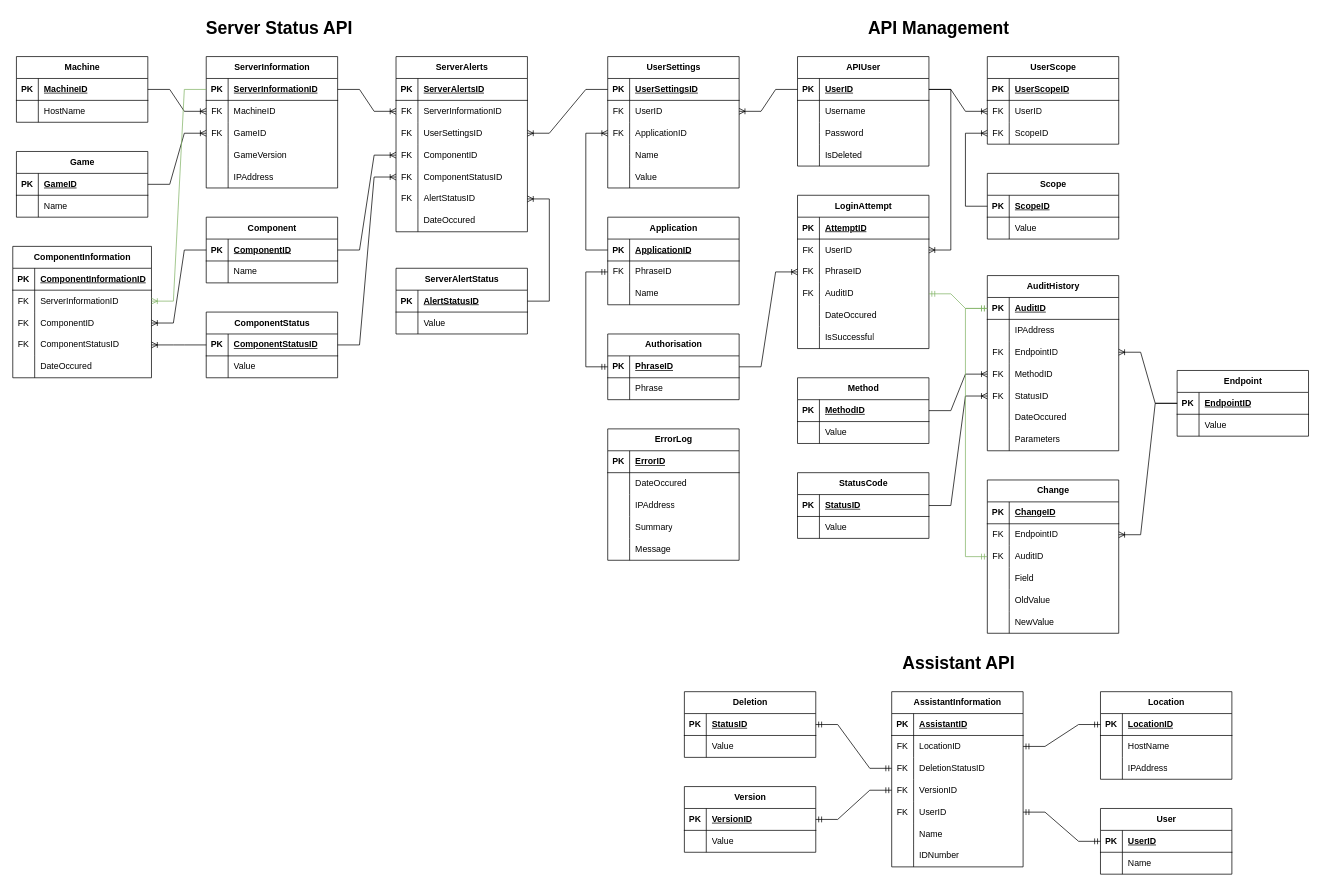
Earlier version of the draw.io diagram Database ERD.drawio (LegendarySpork9/Hunter-Industries-API). Source tidied: cells renumbered, new cells numbered last; positions are measured from the earlier drawing's top-left corner, leaving out a move shared by most shapes. Both pictures are drawn from the tidied source at 73%, with x=0, y=0 at pixel (12, 12).
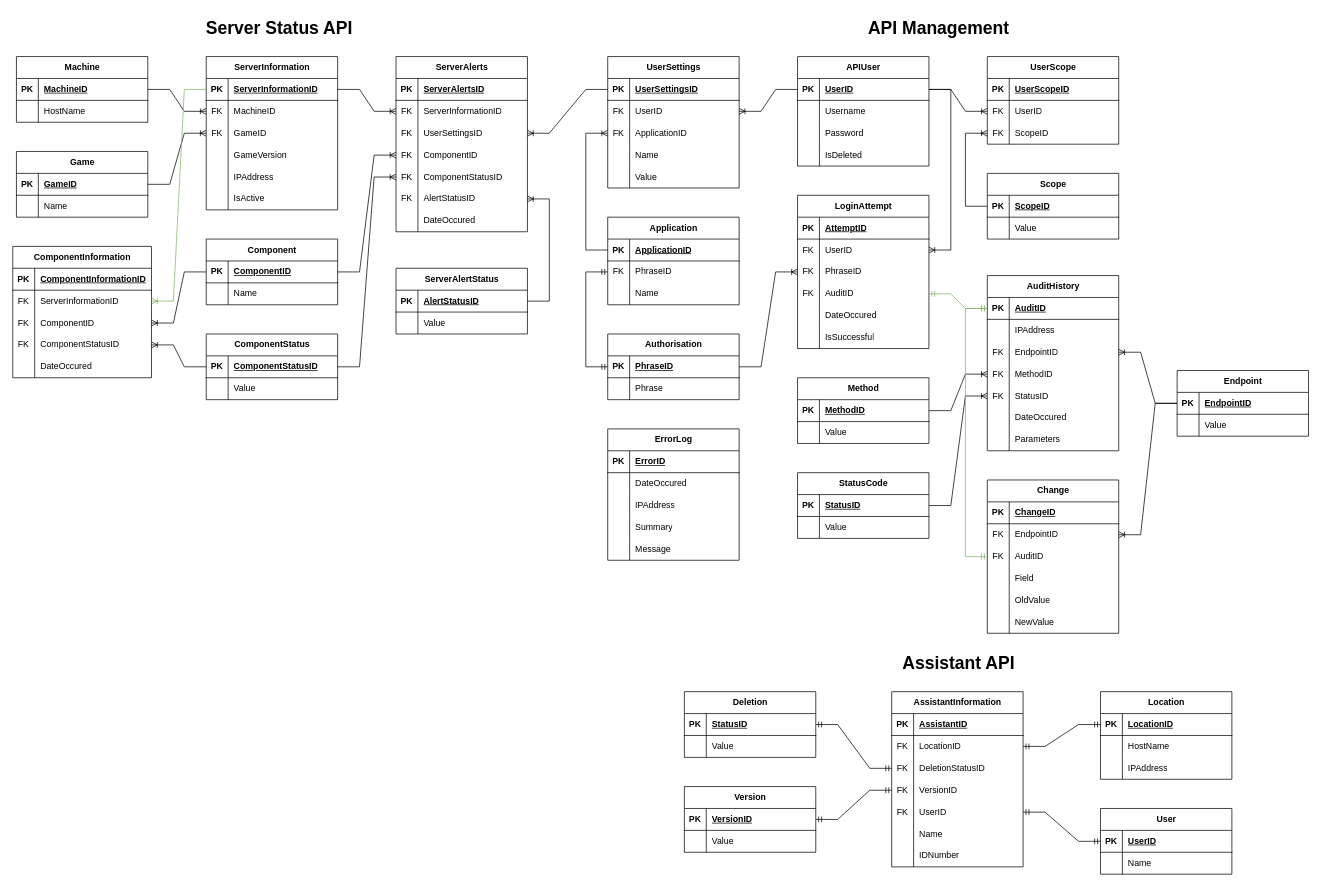
The same page after the edit.

Change to the diagram source:
```diff
@@
     <mxCell id="232" value="ServerInformation" style="shape=table;startSize=30;childLayout=tableLayout;rowLines=0;fontStyle=1;align=center;html=1;" parent="1" vertex="1">
-      <mxGeometry x="265" y="60" width="180" height="180" as="geometry" />
+      <mxGeometry x="265" y="60" width="180" height="210" as="geometry" />
     </mxCell>
@@
+    <mxCell id="334" style="shape=tableRow;horizontal=0;startSize=0;swimlaneHead=0;swimlaneBody=0;fillColor=none;top=0;left=0;right=0;bottom=0;" parent="232" vertex="1">
+      <mxGeometry y="180" width="180" height="30" as="geometry" />
+    </mxCell>
+    <mxCell id="335" style="shape=partialRectangle;fillColor=none;top=0;left=0;bottom=0;right=0;overflow=hidden;whiteSpace=wrap;html=1;" parent="334" vertex="1">
+      <mxGeometry width="30" height="30" as="geometry" />
+    </mxCell>
+    <mxCell id="336" value="IsActive" style="shape=partialRectangle;fillColor=none;top=0;left=0;bottom=0;right=0;align=left;spacingLeft=6;overflow=hidden;whiteSpace=wrap;html=1;" parent="334" vertex="1">
+      <mxGeometry x="30" width="150" height="30" as="geometry" />
+    </mxCell>
@@
     <mxCell id="278" value="Component" style="shape=table;startSize=30;childLayout=tableLayout;rowLines=0;fontStyle=1;align=center;html=1;" parent="1" vertex="1">
-      <mxGeometry x="265" y="280" width="180" height="90" as="geometry" />
+      <mxGeometry x="265" y="310" width="180" height="90" as="geometry" />
     </mxCell>
@@
     <mxCell id="285" value="ComponentStatus" style="shape=table;startSize=30;childLayout=tableLayout;rowLines=0;fontStyle=1;align=center;html=1;" parent="1" vertex="1">
-      <mxGeometry x="265" y="410" width="180" height="90" as="geometry" />
+      <mxGeometry x="265" y="440" width="180" height="90" as="geometry" />
     </mxCell>
```
